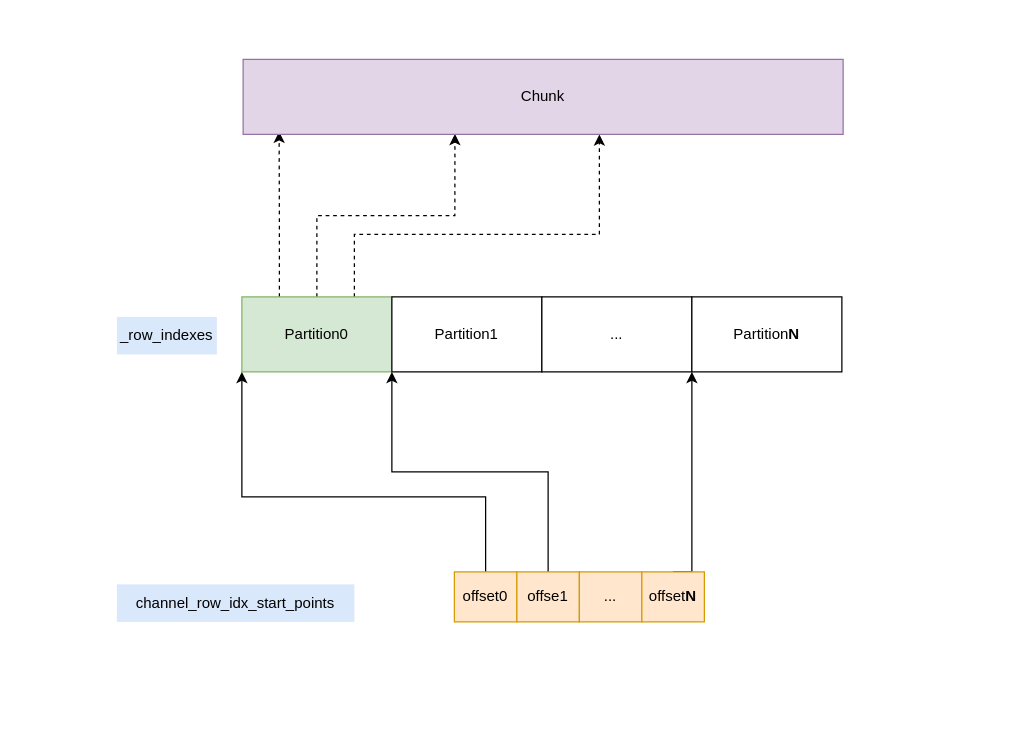
Earlier version of the draw.io diagram StarRocks/Pipeline-ExchangeNode-6.drawio (szza/szza.github.io.images). Source tidied: cells renumbered, new cells numbered last; positions are measured from the earlier drawing's top-left corner, leaving out a move shared by most shapes. Both pictures are drawn from the tidied source at 125%, with x=0, y=0 at pixel (116, 59).
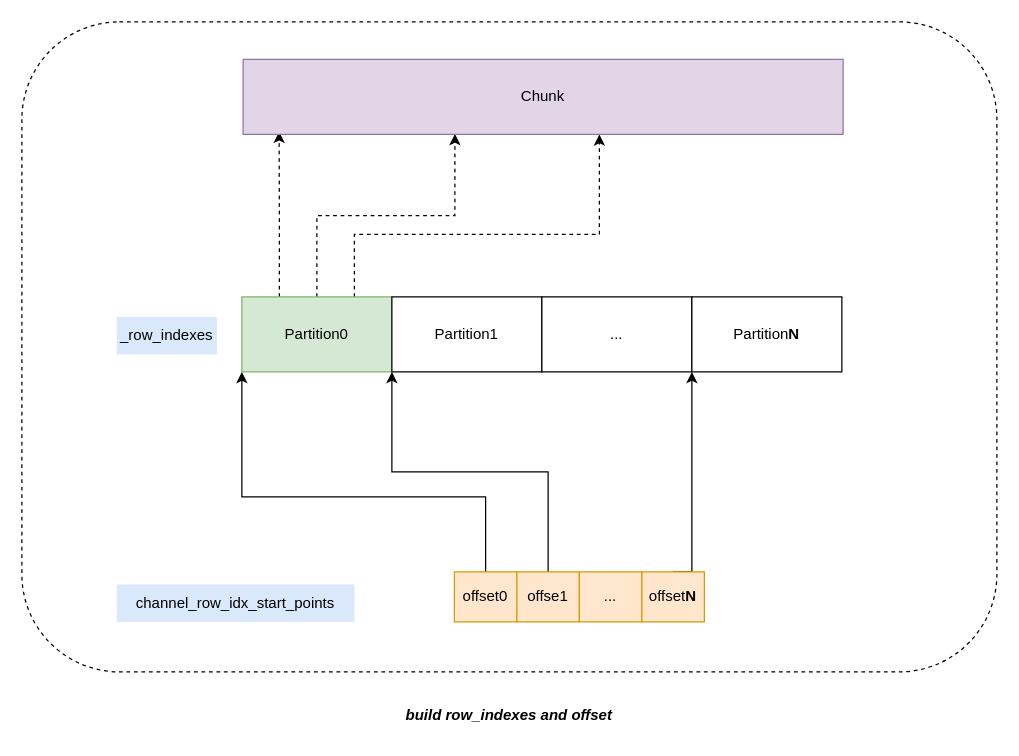
After the change.

Commit message (it also covers changes not shown here):
add Pipeline-ExchangeNode

What changed in the source:
```diff
@@
+    <mxCell id="19" style="rounded=1;whiteSpace=wrap;html=1;fillColor=none;dashed=1;" parent="1" vertex="1">
+      <mxGeometry x="-76" y="-30" width="780" height="520" as="geometry" />
+    </mxCell>
+    <mxCell id="20" value="&lt;i&gt;&lt;b&gt;build row_indexes and offset&lt;/b&gt;&lt;/i&gt;" style="text;html=1;strokeColor=none;fillColor=none;align=center;verticalAlign=middle;whiteSpace=wrap;rounded=0;" parent="1" vertex="1">
+      <mxGeometry x="204" y="510" width="220" height="30" as="geometry" />
+    </mxCell>
```
